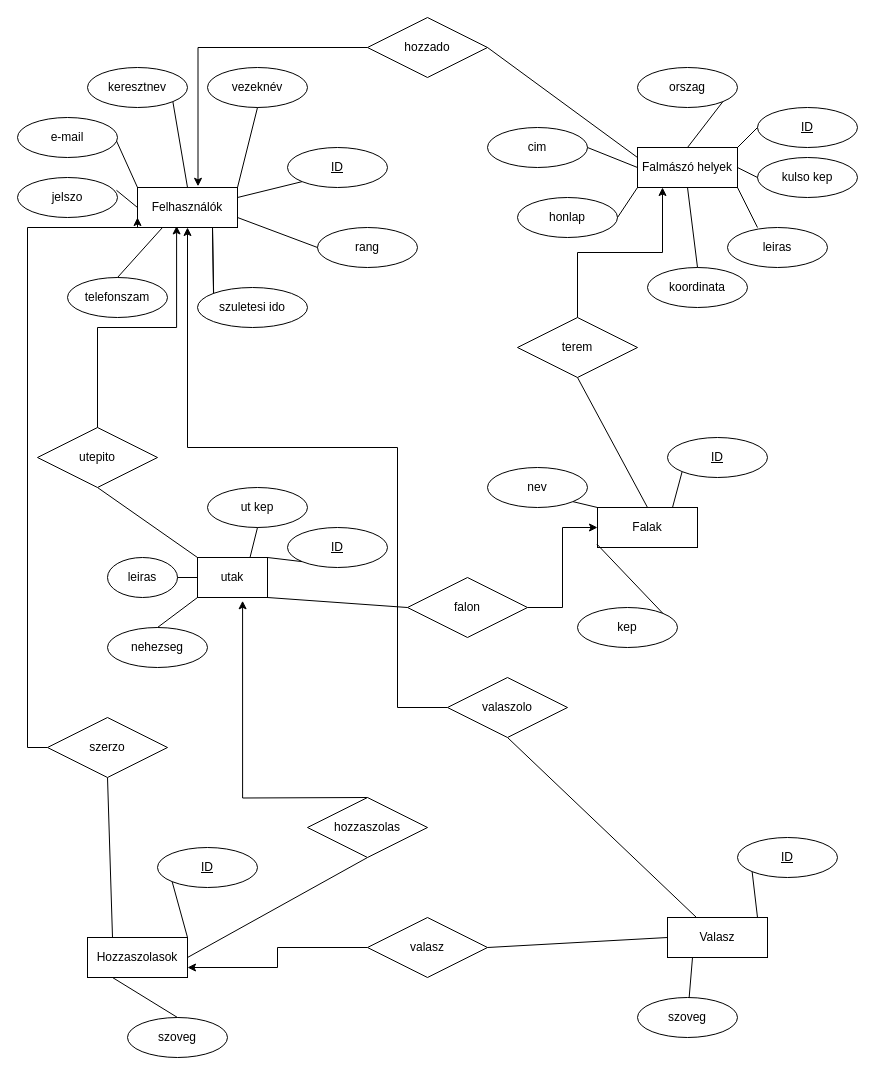
meszarosmarton1007/szakdolgozatFalmaszas keeps this draw.io diagram as docs/db diagram/falmaszasdb_ek.drawio. Above is the earlier version. Source tidied: cells renumbered, new cells numbered last; positions are measured from the earlier drawing's top-left corner, leaving out a move shared by most shapes. Both pictures are drawn from the tidied source at 100%, with x=0, y=0 at pixel (17, 17).
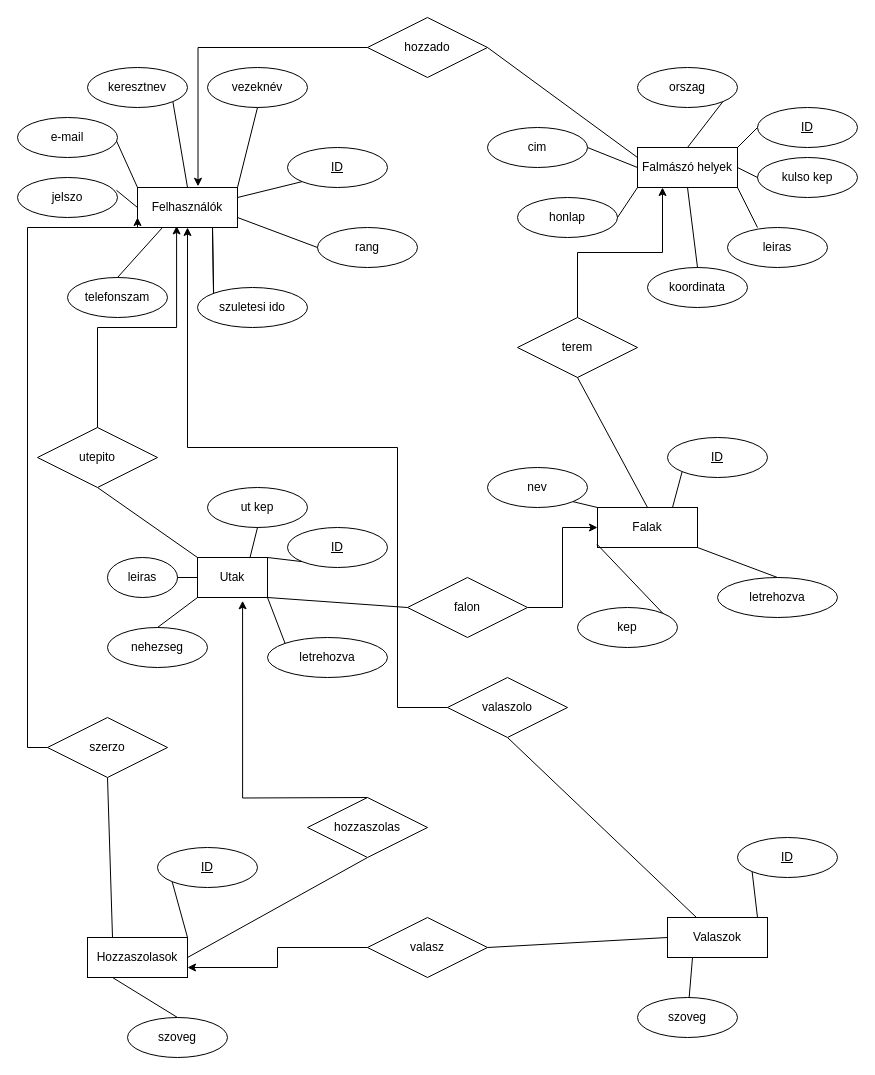
The same page after the edit.

The change refers to these unchanged cells:
```xml
<mxCell id="31" value="Falak" style="whiteSpace=wrap;html=1;align=center;" parent="1" vertex="1">
  <mxGeometry x="580" y="490" width="100" height="40" as="geometry" />
</mxCell>
```

The edit, as a diff of the source:
```diff
@@
-    <mxCell id="26" value="utak" style="whiteSpace=wrap;html=1;align=center;" parent="1" vertex="1">
+    <mxCell id="26" value="Utak" style="whiteSpace=wrap;html=1;align=center;" parent="1" vertex="1">
       <mxGeometry x="180" y="540" width="70" height="40" as="geometry" />
     </mxCell>
@@
-    <mxCell id="38" value="Valasz" style="whiteSpace=wrap;html=1;align=center;" parent="1" vertex="1">
+    <mxCell id="38" value="Valaszok" style="whiteSpace=wrap;html=1;align=center;" parent="1" vertex="1">
       <mxGeometry x="650" y="900" width="100" height="40" as="geometry" />
     </mxCell>
@@
+    <mxCell id="85" value="letrehozva" style="ellipse;whiteSpace=wrap;html=1;align=center;" parent="1" vertex="1">
+      <mxGeometry x="250" y="620" width="120" height="40" as="geometry" />
+    </mxCell>
+    <mxCell id="86" style="endArrow=none;html=1;rounded=0;exitX=0;exitY=0;exitDx=0;exitDy=0;entryX=1;entryY=1;entryDx=0;entryDy=0;" parent="1" edge="1" source="85" target="26">
+      <mxGeometry relative="1" as="geometry" />
+    </mxCell>
+    <mxCell id="87" value="letrehozva" style="ellipse;whiteSpace=wrap;html=1;align=center;" parent="1" vertex="1">
+      <mxGeometry x="700" y="560" width="120" height="40" as="geometry" />
+    </mxCell>
+    <mxCell id="88" style="endArrow=none;html=1;rounded=0;exitX=0.5;exitY=0;exitDx=0;exitDy=0;entryX=1;entryY=1;entryDx=0;entryDy=0;" parent="1" edge="1" source="87" target="31">
+      <mxGeometry relative="1" as="geometry" />
+    </mxCell>
```
